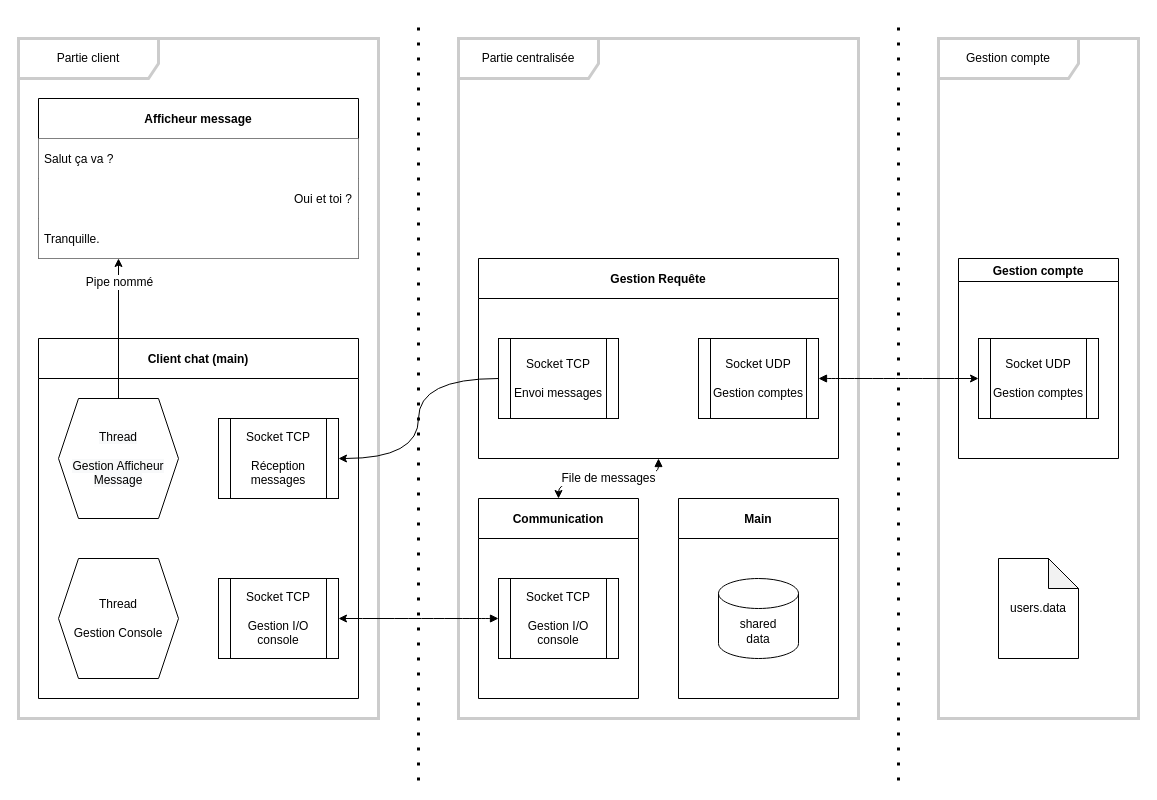
Above: structural_diagram.drawio.xml in lucasP243/ProgSysRes_Projet (draw.io), before the change. Source tidied: cells renumbered, new cells numbered last; positions are measured from the earlier drawing's top-left corner, leaving out a move shared by most shapes. Both pictures are drawn from the tidied source at 100%, with x=0, y=0 at pixel (18, 18).
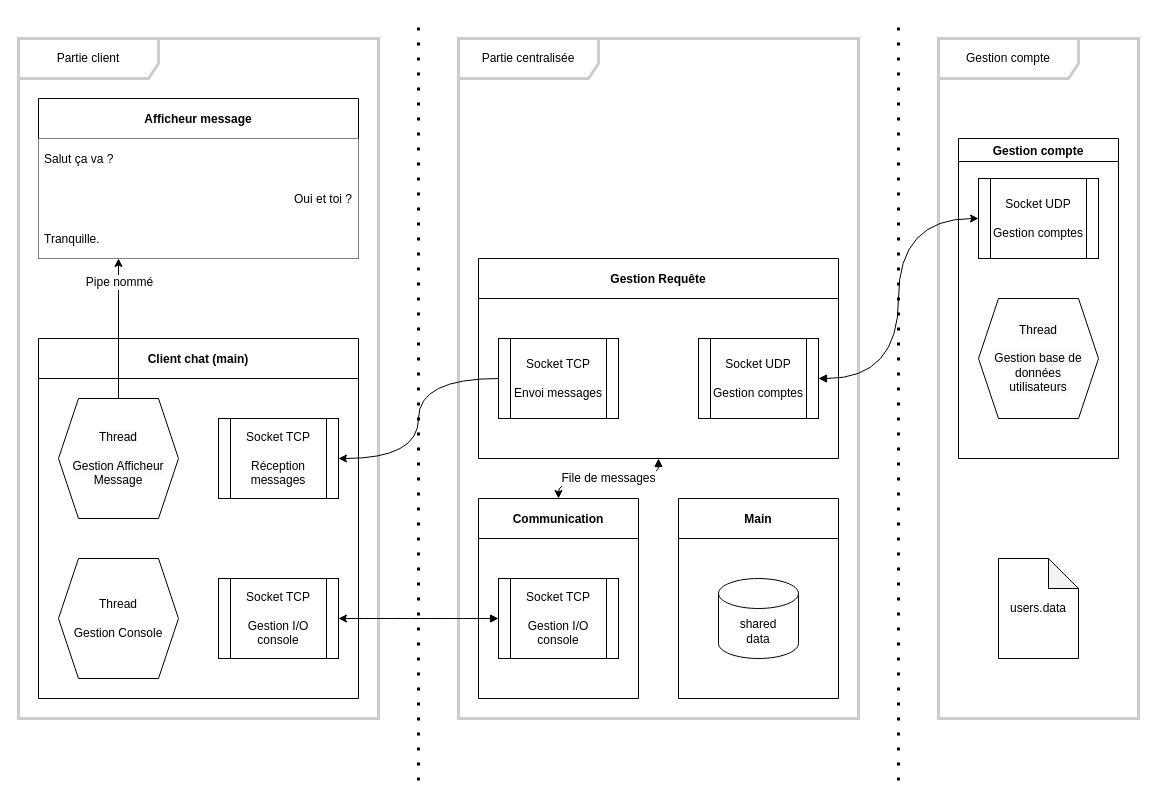
The same page after the edit.

Diff of the diagram source:
```diff
@@
     <mxCell id="28" value="Gestion compte" style="swimlane;labelBackgroundColor=none;labelBorderColor=none;fontSize=12;strokeWidth=1;fillColor=default;startSize=23;" parent="1" vertex="1">
-      <mxGeometry x="940" y="240" width="160" height="200" as="geometry" />
+      <mxGeometry x="940" y="120" width="160" height="320" as="geometry" />
     </mxCell>
     <mxCell id="29" value="Socket UDP&lt;br style=&quot;font-size: 12px&quot;&gt;&lt;br style=&quot;font-size: 12px&quot;&gt;Gestion comptes" style="shape=process;whiteSpace=wrap;html=1;backgroundOutline=1;labelBackgroundColor=default;labelBorderColor=none;fontSize=12;fillColor=default;" parent="1" vertex="1">
-      <mxGeometry x="960" y="320" width="120" height="80" as="geometry" />
+      <mxGeometry x="960" y="160" width="120" height="80" as="geometry" />
     </mxCell>
@@
+    <mxCell id="32" value="&lt;span style=&quot;color: rgb(0 , 0 , 0) ; font-family: &amp;#34;helvetica&amp;#34; ; font-size: 12px ; font-style: normal ; font-weight: 400 ; letter-spacing: normal ; text-align: center ; text-indent: 0px ; text-transform: none ; word-spacing: 0px ; background-color: rgb(248 , 249 , 250) ; display: inline ; float: none&quot;&gt;Thread&lt;/span&gt;&lt;br style=&quot;color: rgb(0 , 0 , 0) ; font-family: &amp;#34;helvetica&amp;#34; ; font-size: 12px ; font-style: normal ; font-weight: 400 ; letter-spacing: normal ; text-align: center ; text-indent: 0px ; text-transform: none ; word-spacing: 0px ; background-color: rgb(248 , 249 , 250)&quot;&gt;&lt;br style=&quot;color: rgb(0 , 0 , 0) ; font-family: &amp;#34;helvetica&amp;#34; ; font-size: 12px ; font-style: normal ; font-weight: 400 ; letter-spacing: normal ; text-align: center ; text-indent: 0px ; text-transform: none ; word-spacing: 0px ; background-color: rgb(248 , 249 , 250)&quot;&gt;&lt;span style=&quot;color: rgb(0 , 0 , 0) ; font-family: &amp;#34;helvetica&amp;#34; ; font-size: 12px ; font-style: normal ; font-weight: 400 ; letter-spacing: normal ; text-align: center ; text-indent: 0px ; text-transform: none ; word-spacing: 0px ; background-color: rgb(248 , 249 , 250) ; display: inline ; float: none&quot;&gt;Gestion base de données &lt;br&gt;utilisateurs&lt;/span&gt;" style="shape=hexagon;perimeter=hexagonPerimeter2;whiteSpace=wrap;html=1;fixedSize=1;labelBackgroundColor=none;labelBorderColor=none;fontSize=12;strokeWidth=1;fillColor=default;" parent="1" vertex="1">
+      <mxGeometry x="960" y="280" width="120" height="120" as="geometry" />
+    </mxCell>
```
